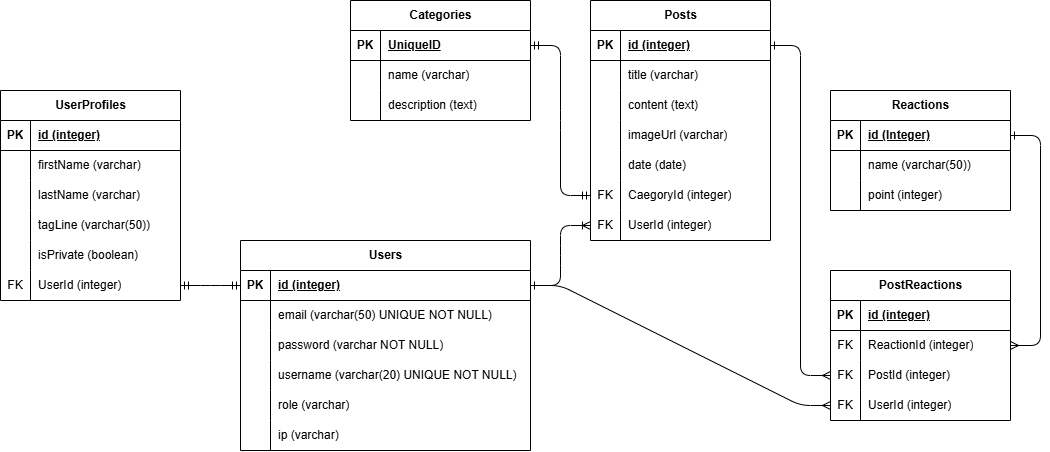
Above: erd.drawio.png in HozFisen/p1-hozclover-pp1-socialmedia (draw.io), before the change. Source tidied: cells renumbered, new cells last; positions are measured from the earlier drawing's top-left corner, leaving out a move shared by most shapes.
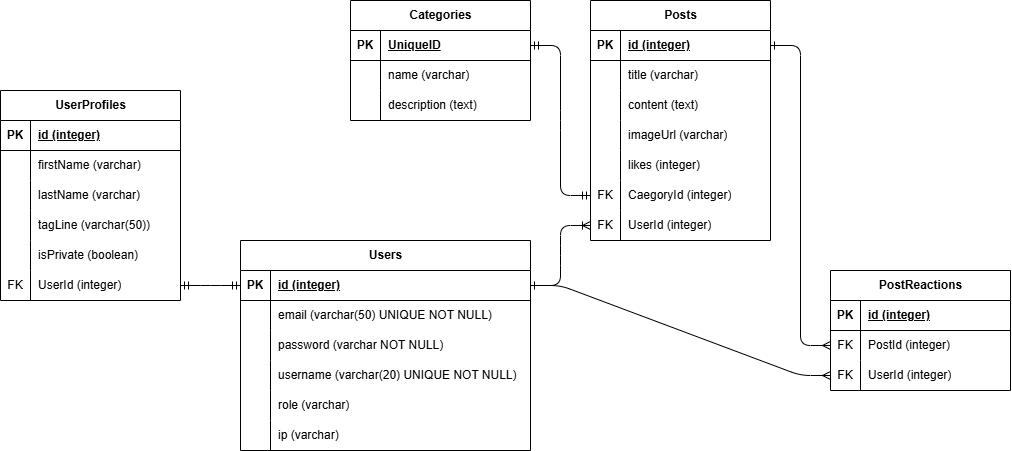
The same file after the commit.

The edit, as a diff of the source:
```diff
@@ -104,7 +104,7 @@
     <mxCell id="35" style="shape=partialRectangle;fillColor=none;top=0;left=0;bottom=0;right=0;overflow=hidden;whiteSpace=wrap;html=1;" parent="34" vertex="1">
       <mxGeometry width="30" height="30" as="geometry" />
     </mxCell>
-    <mxCell id="36" value="date (date)" style="shape=partialRectangle;fillColor=none;top=0;left=0;bottom=0;right=0;align=left;spacingLeft=6;overflow=hidden;whiteSpace=wrap;html=1;" parent="34" vertex="1">
+    <mxCell id="36" value="likes (integer)" style="shape=partialRectangle;fillColor=none;top=0;left=0;bottom=0;right=0;align=left;spacingLeft=6;overflow=hidden;whiteSpace=wrap;html=1;" parent="34" vertex="1">
       <mxGeometry x="30" width="150" height="30" as="geometry" />
     </mxCell>
     <mxCell id="37" style="shape=tableRow;horizontal=0;startSize=0;swimlaneHead=0;swimlaneBody=0;fillColor=none;points=[[0,0.5],[1,0.5]];portConstraint=eastwest;top=0;left=0;right=0;bottom=0;" parent="21" vertex="1">
@@ -125,36 +125,6 @@
     <mxCell id="42" value="UserId (integer)" style="shape=partialRectangle;fillColor=none;top=0;left=0;bottom=0;right=0;align=left;spacingLeft=6;overflow=hidden;whiteSpace=wrap;html=1;" parent="40" vertex="1">
       <mxGeometry x="30" width="150" height="30" as="geometry" />
     </mxCell>
-    <mxCell id="43" value="Reactions" style="shape=table;startSize=30;rowLines=0;fontStyle=1;align=center;html=1;" parent="1" vertex="1">
-      <mxGeometry x="830" y="90" width="180" height="120" as="geometry" />
-    </mxCell>
-    <mxCell id="44" style="shape=tableRow;horizontal=0;startSize=0;swimlaneHead=0;swimlaneBody=0;fillColor=none;points=[[0,0.5],[1,0.5]];portConstraint=eastwest;top=0;left=0;right=0;bottom=1;" parent="43" vertex="1">
-      <mxGeometry y="30" width="180" height="30" as="geometry" />
-    </mxCell>
-    <mxCell id="45" value="PK" style="shape=partialRectangle;fillColor=none;top=0;left=0;bottom=0;right=0;fontStyle=1;overflow=hidden;whiteSpace=wrap;html=1;" parent="44" vertex="1">
-      <mxGeometry width="30" height="30" as="geometry" />
-    </mxCell>
-    <mxCell id="46" value="id (Integer)" style="shape=partialRectangle;fillColor=none;top=0;left=0;bottom=0;right=0;align=left;spacingLeft=6;fontStyle=5;overflow=hidden;whiteSpace=wrap;html=1;" parent="44" vertex="1">
-      <mxGeometry x="30" width="150" height="30" as="geometry" />
-    </mxCell>
-    <mxCell id="47" style="shape=tableRow;horizontal=0;startSize=0;swimlaneHead=0;swimlaneBody=0;fillColor=none;top=0;left=0;right=0;bottom=0;" parent="43" vertex="1">
-      <mxGeometry y="60" width="180" height="30" as="geometry" />
-    </mxCell>
-    <mxCell id="48" style="shape=partialRectangle;fillColor=none;top=0;left=0;bottom=0;right=0;overflow=hidden;whiteSpace=wrap;html=1;" parent="47" vertex="1">
-      <mxGeometry width="30" height="30" as="geometry" />
-    </mxCell>
-    <mxCell id="49" value="name (varchar(50))" style="shape=partialRectangle;fillColor=none;top=0;left=0;bottom=0;right=0;align=left;spacingLeft=6;overflow=hidden;whiteSpace=wrap;html=1;" parent="47" vertex="1">
-      <mxGeometry x="30" width="150" height="30" as="geometry" />
-    </mxCell>
-    <mxCell id="50" style="shape=tableRow;horizontal=0;startSize=0;swimlaneHead=0;swimlaneBody=0;fillColor=none;top=0;left=0;right=0;bottom=0;" parent="43" vertex="1">
-      <mxGeometry y="90" width="180" height="30" as="geometry" />
-    </mxCell>
-    <mxCell id="51" style="shape=partialRectangle;fillColor=none;top=0;left=0;bottom=0;right=0;overflow=hidden;whiteSpace=wrap;html=1;" parent="50" vertex="1">
-      <mxGeometry width="30" height="30" as="geometry" />
-    </mxCell>
-    <mxCell id="52" value="point (integer)" style="shape=partialRectangle;fillColor=none;top=0;left=0;bottom=0;right=0;align=left;spacingLeft=6;overflow=hidden;whiteSpace=wrap;html=1;" parent="50" vertex="1">
-      <mxGeometry x="30" width="150" height="30" as="geometry" />
-    </mxCell>
     <mxCell id="53" value="UserProfiles" style="shape=table;startSize=30;rowLines=0;fontStyle=1;align=center;html=1;" parent="1" vertex="1">
       <mxGeometry y="90" width="180" height="210" as="geometry" />
     </mxCell>
@@ -213,7 +183,7 @@
       <mxGeometry x="30" width="150" height="30" as="geometry" />
     </mxCell>
     <mxCell id="72" value="PostReactions" style="shape=table;startSize=30;rowLines=0;fontStyle=1;align=center;html=1;" parent="1" vertex="1">
-      <mxGeometry x="830" y="270" width="180" height="150" as="geometry" />
+      <mxGeometry x="830" y="270" width="180" height="120" as="geometry" />
     </mxCell>
     <mxCell id="73" style="shape=tableRow;horizontal=0;startSize=0;swimlaneHead=0;swimlaneBody=0;fillColor=none;top=0;left=0;right=0;bottom=1;" parent="72" vertex="1">
       <mxGeometry y="30" width="180" height="30" as="geometry" />
@@ -224,17 +194,8 @@
     <mxCell id="75" value="id (integer)" style="shape=partialRectangle;fillColor=none;top=0;left=0;bottom=0;right=0;align=left;spacingLeft=6;fontStyle=5;overflow=hidden;whiteSpace=wrap;html=1;" parent="73" vertex="1">
       <mxGeometry x="30" width="150" height="30" as="geometry" />
     </mxCell>
-    <mxCell id="76" style="shape=tableRow;horizontal=0;startSize=0;swimlaneHead=0;swimlaneBody=0;fillColor=none;points=[[0,0.5],[1,0.5]];portConstraint=eastwest;top=0;left=0;right=0;bottom=0;" parent="72" vertex="1">
-      <mxGeometry y="60" width="180" height="30" as="geometry" />
-    </mxCell>
-    <mxCell id="77" value="FK" style="shape=partialRectangle;fillColor=none;top=0;left=0;bottom=0;right=0;overflow=hidden;whiteSpace=wrap;html=1;" parent="76" vertex="1">
-      <mxGeometry width="30" height="30" as="geometry" />
-    </mxCell>
-    <mxCell id="78" value="ReactionId (integer)" style="shape=partialRectangle;fillColor=none;top=0;left=0;bottom=0;right=0;align=left;spacingLeft=6;overflow=hidden;whiteSpace=wrap;html=1;" parent="76" vertex="1">
-      <mxGeometry x="30" width="150" height="30" as="geometry" />
-    </mxCell>
     <mxCell id="79" style="shape=tableRow;horizontal=0;startSize=0;swimlaneHead=0;swimlaneBody=0;fillColor=none;points=[[0,0.5],[1,0.5]];portConstraint=eastwest;top=0;left=0;right=0;bottom=0;" parent="72" vertex="1">
-      <mxGeometry y="90" width="180" height="30" as="geometry" />
+      <mxGeometry y="60" width="180" height="30" as="geometry" />
     </mxCell>
     <mxCell id="80" value="FK" style="shape=partialRectangle;fillColor=none;top=0;left=0;bottom=0;right=0;overflow=hidden;whiteSpace=wrap;html=1;" parent="79" vertex="1">
       <mxGeometry width="30" height="30" as="geometry" />
@@ -243,7 +204,7 @@
       <mxGeometry x="30" width="150" height="30" as="geometry" />
     </mxCell>
     <mxCell id="82" style="shape=tableRow;horizontal=0;startSize=0;swimlaneHead=0;swimlaneBody=0;fillColor=none;points=[[0,0.5],[1,0.5]];portConstraint=eastwest;top=0;left=0;right=0;bottom=0;" parent="72" vertex="1">
-      <mxGeometry y="120" width="180" height="30" as="geometry" />
+      <mxGeometry y="90" width="180" height="30" as="geometry" />
     </mxCell>
     <mxCell id="83" value="FK" style="shape=partialRectangle;fillColor=none;top=0;left=0;bottom=0;right=0;overflow=hidden;whiteSpace=wrap;html=1;" parent="82" vertex="1">
       <mxGeometry width="30" height="30" as="geometry" />
@@ -251,9 +212,6 @@
     <mxCell id="84" value="UserId (integer)" style="shape=partialRectangle;fillColor=none;top=0;left=0;bottom=0;right=0;align=left;spacingLeft=6;overflow=hidden;whiteSpace=wrap;html=1;" parent="82" vertex="1">
       <mxGeometry x="30" width="150" height="30" as="geometry" />
     </mxCell>
-    <mxCell id="85" style="edgeStyle=entityRelationEdgeStyle;fontSize=12;html=1;endArrow=ERone;entryX=1;entryY=0.5;entryDx=0;entryDy=0;exitX=1;exitY=0.5;exitDx=0;exitDy=0;startArrow=ERmany;startFill=0;endFill=0;" parent="1" edge="1" source="76" target="44">
-      <mxGeometry relative="1" as="geometry" />
-    </mxCell>
     <mxCell id="86" style="edgeStyle=entityRelationEdgeStyle;fontSize=12;html=1;endArrow=ERone;entryX=1;entryY=0.5;entryDx=0;entryDy=0;exitX=0;exitY=0.5;exitDx=0;exitDy=0;endFill=0;startArrow=ERmany;startFill=0;" parent="1" edge="1" source="79" target="22">
       <mxGeometry relative="1" as="geometry" />
     </mxCell>
```
